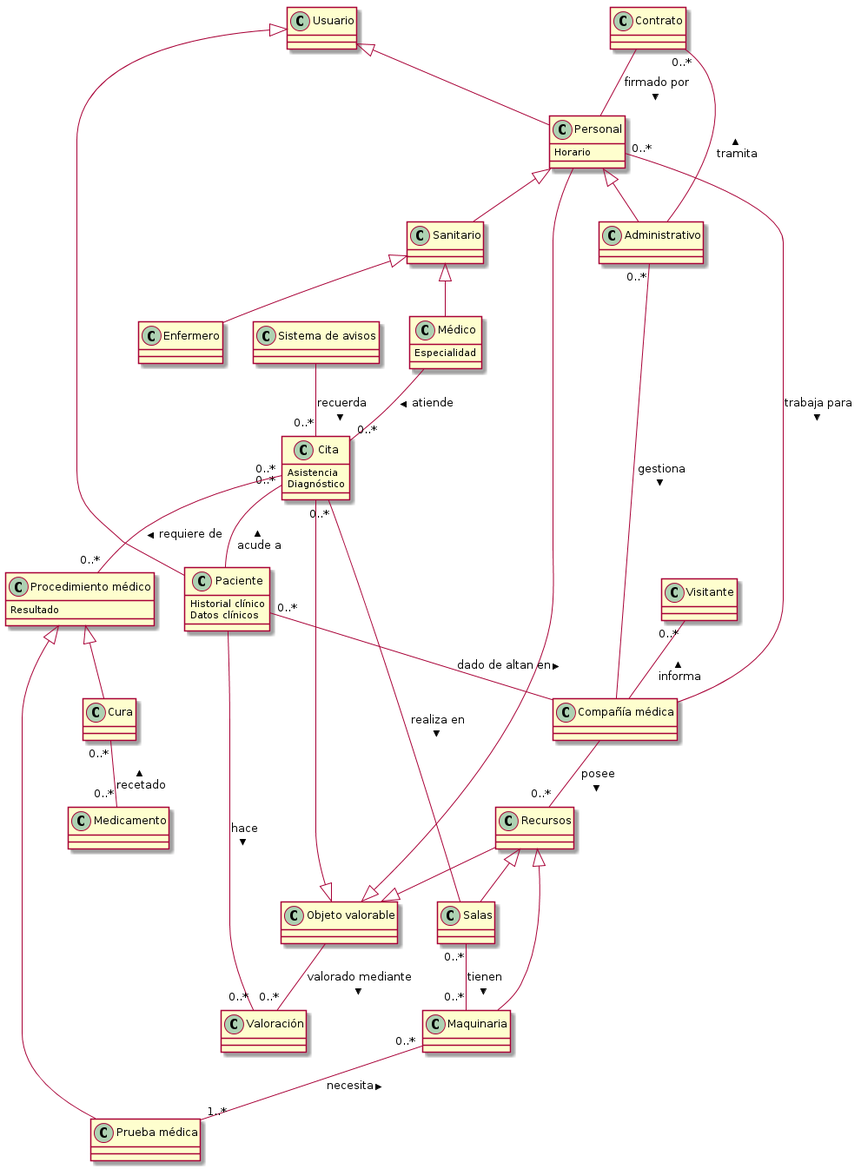
Earlier version of the PlantUML export p3/diagramas/diagramaClases.png (jmml97/fis-practicas).
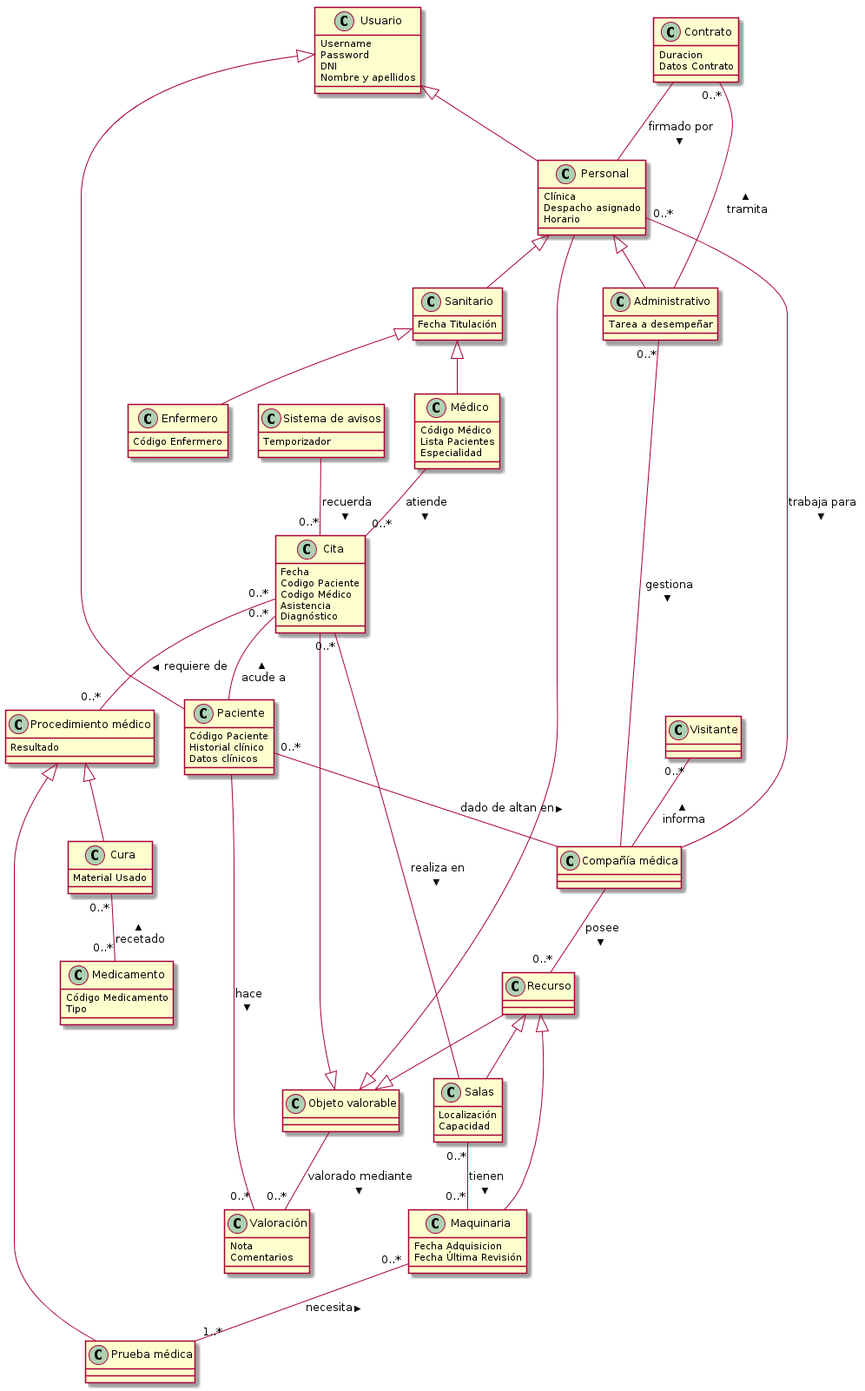
Later version of the same file.

What changed in the source:
```diff
@@ -1,37 +1,96 @@
 @startuml
-class Contrato
-class Usuario
+
+class Contrato{
+  Duracion
+  Datos Contrato
+}
+
+class Usuario{
+  Username
+  Password
+  DNI
+  Nombre y apellidos
+}
+
 class Paciente {
+  Código Paciente
   Historial clínico
   Datos clínicos
 }
+
 class Personal {
+  Clínica
+  Despacho asignado
   Horario
 }
-class Administrativo
-class Sanitario
-class Enfermero
+
+class Administrativo{
+  Tarea a desempeñar
+}
+
+class Sanitario{
+  Fecha Titulación
+}
+
+class Enfermero{
+  Código Enfermero
+}
+
 class Médico {
+  Código Médico
+  Lista Pacientes
   Especialidad
 }
+
 class Cita {
+  Fecha
+  Codigo Paciente
+  Codigo Médico
   Asistencia
   Diagnóstico
 }
-class "Sistema de avisos" as SA
+
+class "Sistema de avisos" as SA{
+  Temporizador
+}
+
 class "Objeto valorable" as OV
-class Valoración
+
+class Valoración{
+  Nota
+  Comentarios
+}
+
 class Visitante
+
 class "Compañía médica" as CM
-class Recursos
-class Salas
-class Maquinaria
+
+class Recurso
+
+class Salas{
+  Localización
+  Capacidad
+}
+
+class Maquinaria{
+  Fecha Adquisicion
+  Fecha Última Revisión
+}
+
 class "Procedimiento médico" as Proc {
   Resultado
 }
+
 class "Prueba médica" as Prue
-class Cura
-class Medicamento
+
+class Cura{
+  Material Usado
+}
+
+class Medicamento{
+  Código Medicamento
+  Tipo
+}
 
 Contrato -- Personal : firmado por >
 Contrato "0..*" -- Administrativo : < tramita
@@ -55,7 +114,7 @@
 
 Personal --|> OV
 Cita --|> OV
-Recursos --|> OV
+Recurso --|> OV
 
 Paciente "0..*" -- CM : dado de altan en >
 Personal "0..*" -- CM : trabaja para >
@@ -64,11 +123,11 @@
 Cita "0..*" -- Salas : realiza en >
 Cita "0..*" -- "0..*" Proc : requiere de >
 
-Recursos <|-- Salas
-Recursos <|-- Maquinaria
+Recurso <|-- Salas
+Recurso <|-- Maquinaria
 Salas "0..*" -- "0..*" Maquinaria : tienen >
 
-CM -- "0..*" Recursos : posee >
+CM -- "0..*" Recurso : posee >
 Visitante "0..*" -- CM : informa <
 
 Maquinaria "0..*" -- "1..*" Prue : necesita <
```
